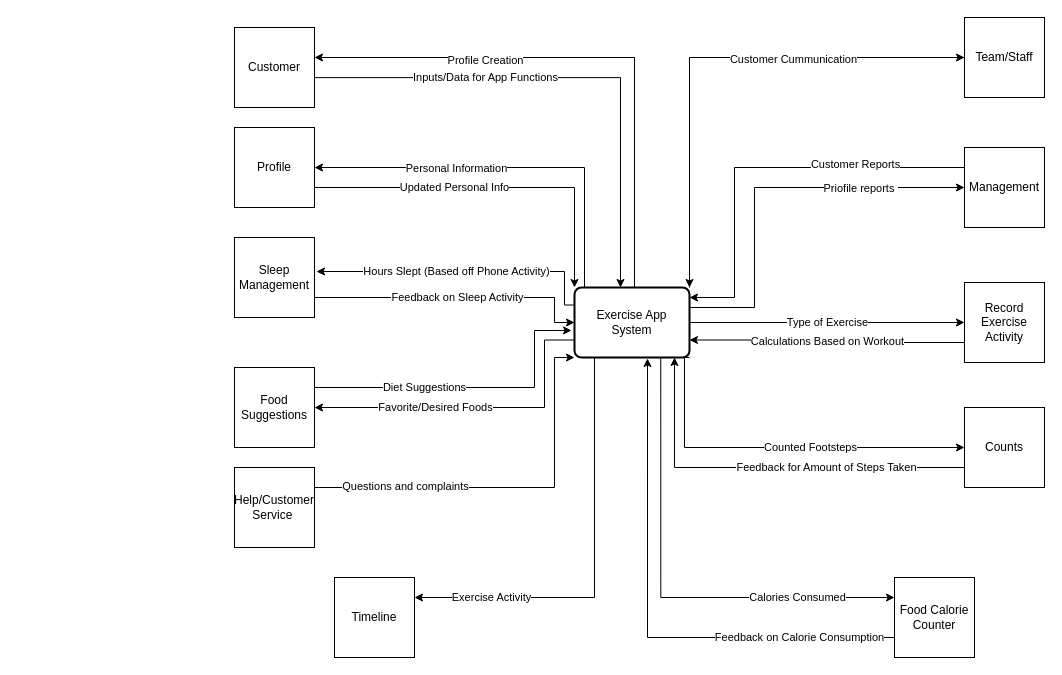
Before: System Diagram for Exercise app V2.drawio.xml in Esaied19/Team-Albatross, a draw.io diagram. Source tidied: cells renumbered, new cells numbered last; positions are measured from the earlier drawing's top-left corner, leaving out a move shared by most shapes. Both pictures are drawn from the tidied source at 100%, with x=0, y=0 at pixel (234, 17).
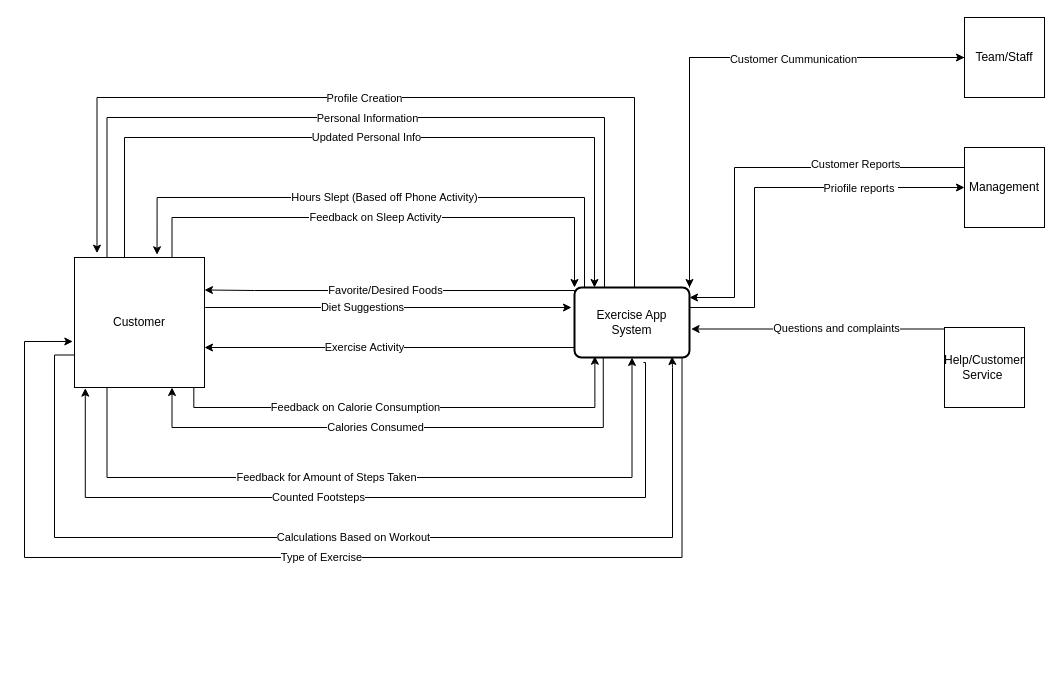
The same diagram, later.

The edit, as a diff of the source:
```diff
@@
-    <mxCell id="2" style="edgeStyle=orthogonalEdgeStyle;rounded=0;jettySize=auto;html=1;" parent="1" edge="1" source="15">
+    <mxCell id="2" style="edgeStyle=orthogonalEdgeStyle;rounded=0;jettySize=auto;html=1;strokeColor=default;labelBackgroundColor=default;fontColor=default;entryX=0.173;entryY=-0.033;entryDx=0;entryDy=0;entryPerimeter=0;" parent="1" edge="1" source="15" target="28">
       <mxGeometry relative="1" as="geometry">
-        <mxPoint x="80" y="40" as="targetPoint" />
         <Array as="points">
-          <mxPoint x="400" y="40" />
-          <mxPoint x="80" y="40" />
+          <mxPoint x="400" y="80" />
+          <mxPoint x="-137" y="80" />
         </Array>
       </mxGeometry>
     </mxCell>
-    <mxCell id="3" value="&lt;div&gt;Profile Creation&lt;/div&gt;" style="edgeLabel;html=1;align=center;verticalAlign=middle;" parent="2" vertex="1">
+    <mxCell id="3" value="&lt;div&gt;Profile Creation&lt;/div&gt;" style="edgeLabel;html=1;align=center;verticalAlign=middle;labelBackgroundColor=default;fontColor=default;" parent="2" vertex="1">
       <mxGeometry x="-0.45" y="-1" relative="1" as="geometry">
-        <mxPoint x="-151" y="-77" as="offset" />
+        <mxPoint x="-218" y="1" as="offset" />
       </mxGeometry>
     </mxCell>
-    <mxCell id="4" style="edgeStyle=orthogonalEdgeStyle;rounded=0;jettySize=auto;html=1;exitX=0;exitY=0.25;exitDx=0;exitDy=0;entryX=1;entryY=0.5;entryDx=0;entryDy=0;" parent="1" edge="1" source="15" target="20">
-      <mxGeometry relative="1" as="geometry">
-        <Array as="points">
-          <mxPoint x="350" y="288" />
-          <mxPoint x="350" y="150" />
-        </Array>
-      </mxGeometry>
-    </mxCell>
-    <mxCell id="5" value="Personal Information" style="edgeLabel;html=1;align=center;verticalAlign=middle;" parent="4" vertex="1">
-      <mxGeometry x="-0.1" y="1" relative="1" as="geometry">
-        <mxPoint x="-88" y="-1" as="offset" />
-      </mxGeometry>
-    </mxCell>
@@
-    <mxCell id="7" value="Counted Footsteps" style="edgeStyle=orthogonalEdgeStyle;rounded=0;jettySize=auto;html=1;exitX=1;exitY=1;exitDx=0;exitDy=0;entryX=0;entryY=0.5;entryDx=0;entryDy=0;" parent="1" edge="1" source="15" target="25">
-      <mxGeometry x="0.18" relative="1" as="geometry">
+    <mxCell id="7" value="Counted Footsteps" style="edgeStyle=orthogonalEdgeStyle;rounded=0;jettySize=auto;html=1;exitX=0.6;exitY=1.071;exitDx=0;exitDy=0;exitPerimeter=0;strokeColor=default;labelBackgroundColor=default;fontColor=default;entryX=0.083;entryY=1.005;entryDx=0;entryDy=0;entryPerimeter=0;" parent="1" edge="1" source="15" target="28">
+      <mxGeometry x="0.15" relative="1" as="geometry">
         <Array as="points">
-          <mxPoint x="450" y="340" />
-          <mxPoint x="450" y="430" />
+          <mxPoint x="411" y="345" />
+          <mxPoint x="411" y="480" />
+          <mxPoint x="-149" y="480" />
         </Array>
       </mxGeometry>
     </mxCell>
@@
-    <mxCell id="10" value="Hours Slept (Based off Phone Activity)" style="edgeStyle=orthogonalEdgeStyle;rounded=0;jettySize=auto;html=1;exitX=0;exitY=0.25;exitDx=0;exitDy=0;entryX=1.025;entryY=0.425;entryDx=0;entryDy=0;entryPerimeter=0;" parent="1" edge="1" source="15" target="38">
-      <mxGeometry x="0.05" relative="1" as="geometry">
+    <mxCell id="10" value="Hours Slept (Based off Phone Activity)" style="edgeStyle=orthogonalEdgeStyle;rounded=0;jettySize=auto;html=1;entryX=0.635;entryY=-0.021;entryDx=0;entryDy=0;strokeColor=default;labelBackgroundColor=default;fontColor=default;entryPerimeter=0;" parent="1" edge="1" source="15" target="28">
+      <mxGeometry x="0.01" relative="1" as="geometry">
         <Array as="points">
-          <mxPoint x="330" y="288" />
-          <mxPoint x="330" y="254" />
+          <mxPoint x="350" y="180" />
+          <mxPoint x="-77" y="180" />
+          <mxPoint x="-77" y="237" />
         </Array>
-        <mxPoint x="1" as="offset" />
       </mxGeometry>
     </mxCell>
-    <mxCell id="11" value="Favorite/Desired Foods" style="edgeStyle=orthogonalEdgeStyle;rounded=0;jettySize=auto;html=1;exitX=0;exitY=0.75;exitDx=0;exitDy=0;entryX=1;entryY=0.5;entryDx=0;entryDy=0;" parent="1" edge="1" source="15" target="34">
-      <mxGeometry x="0.27" relative="1" as="geometry">
+    <mxCell id="11" value="Favorite/Desired Foods" style="edgeStyle=orthogonalEdgeStyle;rounded=0;jettySize=auto;html=1;exitX=0;exitY=0.75;exitDx=0;exitDy=0;entryX=1;entryY=0.25;entryDx=0;entryDy=0;strokeColor=default;labelBackgroundColor=default;fontColor=default;" parent="1" edge="1" source="15" target="28">
+      <mxGeometry x="0.14" y="-1" relative="1" as="geometry">
         <Array as="points">
-          <mxPoint x="310" y="323" />
-          <mxPoint x="310" y="390" />
+          <mxPoint x="340" y="273" />
+          <mxPoint x="20" y="273" />
         </Array>
-        <mxPoint x="1" as="offset" />
+        <mxPoint y="1" as="offset" />
       </mxGeometry>
     </mxCell>
-    <mxCell id="12" value="Type of Exercise" style="edgeStyle=orthogonalEdgeStyle;rounded=0;jettySize=auto;html=1;exitX=1;exitY=0.5;exitDx=0;exitDy=0;entryX=0;entryY=0.5;entryDx=0;entryDy=0;" parent="1" edge="1" source="15" target="40">
-      <mxGeometry relative="1" as="geometry" />
+    <mxCell id="12" value="Type of Exercise" style="edgeStyle=orthogonalEdgeStyle;rounded=0;jettySize=auto;html=1;exitX=0.935;exitY=0.998;exitDx=0;exitDy=0;entryX=-0.013;entryY=0.646;entryDx=0;entryDy=0;entryPerimeter=0;strokeColor=default;labelBackgroundColor=default;fontColor=default;exitPerimeter=0;" parent="1" edge="1" source="15" target="28">
+      <mxGeometry relative="1" as="geometry">
+        <Array as="points">
+          <mxPoint x="448" y="540" />
+          <mxPoint x="-210" y="540" />
+          <mxPoint x="-210" y="324" />
+        </Array>
+      </mxGeometry>
     </mxCell>
-    <mxCell id="13" value="Exercise Activity" style="edgeStyle=orthogonalEdgeStyle;rounded=0;jettySize=auto;html=1;entryX=1;entryY=0.25;entryDx=0;entryDy=0;" parent="1" edge="1" target="32">
-      <mxGeometry x="0.64" relative="1" as="geometry">
+    <mxCell id="13" value="Exercise Activity" style="edgeStyle=orthogonalEdgeStyle;rounded=0;orthogonalLoop=1;jettySize=auto;html=1;strokeColor=default;labelBackgroundColor=default;fontColor=default;" parent="1" edge="1">
+      <mxGeometry x="0.18" relative="1" as="geometry">
         <mxPoint x="360" y="330" as="sourcePoint" />
+        <mxPoint x="-30" y="330" as="targetPoint" />
         <Array as="points">
-          <mxPoint x="360" y="340" />
-          <mxPoint x="360" y="580" />
+          <mxPoint x="-30" y="330" />
         </Array>
       </mxGeometry>
     </mxCell>
-    <mxCell id="14" value="Calories Consumed" style="edgeStyle=orthogonalEdgeStyle;rounded=0;jettySize=auto;html=1;exitX=0.75;exitY=1;exitDx=0;exitDy=0;entryX=0;entryY=0.25;entryDx=0;entryDy=0;" parent="1" edge="1" source="15" target="36">
-      <mxGeometry x="0.59" relative="1" as="geometry" />
+    <mxCell id="14" value="Calories Consumed" style="edgeStyle=orthogonalEdgeStyle;rounded=0;jettySize=auto;html=1;exitX=0.25;exitY=1;exitDx=0;exitDy=0;strokeColor=default;labelBackgroundColor=default;fontColor=default;entryX=0.75;entryY=1;entryDx=0;entryDy=0;" parent="1" edge="1" source="15" target="28">
+      <mxGeometry x="0.1" relative="1" as="geometry">
+        <Array as="points">
+          <mxPoint x="369" y="410" />
+          <mxPoint x="-62" y="410" />
+          <mxPoint x="-62" y="370" />
+        </Array>
+      </mxGeometry>
     </mxCell>
-    <mxCell id="15" value="Exercise App&lt;br&gt;System" style="rounded=1;whiteSpace=wrap;html=1;absoluteArcSize=1;arcSize=14;strokeWidth=2;" parent="1" vertex="1">
+    <mxCell id="15" value="Exercise App&lt;br&gt;System" style="rounded=1;whiteSpace=wrap;html=1;absoluteArcSize=1;arcSize=14;strokeWidth=2;fillColor=default;strokeColor=default;fontColor=default;" parent="1" vertex="1">
       <mxGeometry x="340" y="270" width="115" height="70" as="geometry" />
     </mxCell>
@@
-    <mxCell id="19" value="Updated Personal Info" style="edgeStyle=orthogonalEdgeStyle;rounded=0;jettySize=auto;html=1;exitX=1;exitY=0.75;exitDx=0;exitDy=0;entryX=0;entryY=0;entryDx=0;entryDy=0;" parent="1" edge="1" source="20" target="15">
-      <mxGeometry x="-0.22" relative="1" as="geometry">
+    <mxCell id="19" value="Updated Personal Info" style="edgeStyle=orthogonalEdgeStyle;rounded=0;jettySize=auto;html=1;exitX=0.25;exitY=0;exitDx=0;exitDy=0;strokeColor=default;labelBackgroundColor=default;fontColor=default;" parent="1" edge="1" source="28" target="15">
+      <mxGeometry relative="1" as="geometry">
         <Array as="points">
-          <mxPoint x="340" y="170" />
+          <mxPoint x="-110" y="240" />
+          <mxPoint x="-110" y="120" />
+          <mxPoint x="360" y="120" />
         </Array>
       </mxGeometry>
     </mxCell>
-    <mxCell id="20" value="Profile" style="whiteSpace=wrap;html=1;" parent="1" vertex="1">
-      <mxGeometry y="110" width="80" height="80" as="geometry" />
-    </mxCell>
-    <mxCell id="21" style="edgeStyle=orthogonalEdgeStyle;rounded=0;jettySize=auto;html=1;entryX=0;entryY=1;entryDx=0;entryDy=0;" parent="1" edge="1" source="23" target="15">
-      <mxGeometry relative="1" as="geometry">
-        <Array as="points">
-          <mxPoint x="320" y="470" />
-          <mxPoint x="320" y="340" />
-        </Array>
-      </mxGeometry>
-    </mxCell>
-    <mxCell id="22" value="Questions and complaints" style="edgeLabel;html=1;align=center;verticalAlign=middle;" parent="21" vertex="1">
-      <mxGeometry x="-0.54" y="2" relative="1" as="geometry" />
-    </mxCell>
-    <mxCell id="23" value="Help/Customer Service&amp;nbsp;" style="whiteSpace=wrap;html=1;" parent="1" vertex="1">
-      <mxGeometry y="450" width="80" height="80" as="geometry" />
-    </mxCell>
-    <mxCell id="24" value="Feedback for Amount of Steps Taken" style="edgeStyle=orthogonalEdgeStyle;rounded=0;jettySize=auto;html=1;exitX=0;exitY=0.75;exitDx=0;exitDy=0;" parent="1" edge="1" source="25">
-      <mxGeometry x="-0.31" relative="1" as="geometry">
-        <mxPoint x="440" y="340" as="targetPoint" />
+    <mxCell id="24" value="Feedback for Amount of Steps Taken" style="edgeStyle=orthogonalEdgeStyle;rounded=0;jettySize=auto;html=1;entryX=0.5;entryY=1;entryDx=0;entryDy=0;strokeColor=default;labelBackgroundColor=default;fontColor=default;exitX=0.25;exitY=1;exitDx=0;exitDy=0;" parent="1" edge="1" source="28" target="15">
+      <mxGeometry x="-0.16" relative="1" as="geometry">
         <Array as="points">
-          <mxPoint x="440" y="450" />
-          <mxPoint x="440" y="340" />
+          <mxPoint x="-127" y="460" />
+          <mxPoint x="398" y="460" />
         </Array>
       </mxGeometry>
     </mxCell>
-    <mxCell id="25" value="&lt;div&gt;Counts&lt;/div&gt;" style="whiteSpace=wrap;html=1;" parent="1" vertex="1">
-      <mxGeometry x="730" y="390" width="80" height="80" as="geometry" />
-    </mxCell>
-    <mxCell id="26" style="edgeStyle=orthogonalEdgeStyle;rounded=0;orthogonalLoop=1;jettySize=auto;html=1;entryX=0.4;entryY=0;entryDx=0;entryDy=0;entryPerimeter=0;" parent="1" edge="1">
-      <mxGeometry relative="1" as="geometry">
-        <mxPoint x="80" y="60.1" as="sourcePoint" />
-        <mxPoint x="386" y="270" as="targetPoint" />
-        <Array as="points">
-          <mxPoint x="386" y="60" />
-        </Array>
-      </mxGeometry>
-    </mxCell>
-    <mxCell id="27" value="&lt;div&gt;Inputs/Data for App Functions&lt;/div&gt;" style="edgeLabel;html=1;align=center;verticalAlign=middle;" parent="26" vertex="1">
-      <mxGeometry x="-0.34" y="1" relative="1" as="geometry" />
-    </mxCell>
-    <mxCell id="28" value="Customer" style="whiteSpace=wrap;html=1;" parent="1" vertex="1">
-      <mxGeometry y="10" width="80" height="80" as="geometry" />
-    </mxCell>
@@
-    <mxCell id="32" value="&lt;div&gt;Timeline&lt;/div&gt;" style="whiteSpace=wrap;html=1;" parent="1" vertex="1">
-      <mxGeometry x="100" y="560" width="80" height="80" as="geometry" />
-    </mxCell>
-    <mxCell id="33" value="Diet Suggestions" style="edgeStyle=orthogonalEdgeStyle;rounded=0;jettySize=auto;html=1;exitX=1;exitY=0.25;exitDx=0;exitDy=0;entryX=-0.026;entryY=0.614;entryDx=0;entryDy=0;entryPerimeter=0;" parent="1" edge="1" source="34" target="15">
-      <mxGeometry x="-0.3" relative="1" as="geometry">
+    <mxCell id="33" value="Diet Suggestions" style="edgeStyle=orthogonalEdgeStyle;rounded=0;jettySize=auto;html=1;strokeColor=default;labelBackgroundColor=default;fontColor=default;exitX=1.006;exitY=0.383;exitDx=0;exitDy=0;exitPerimeter=0;" parent="1" edge="1" source="28">
+      <mxGeometry x="-0.14" relative="1" as="geometry">
+        <mxPoint x="337" y="290" as="targetPoint" />
         <Array as="points">
-          <mxPoint x="300" y="370" />
-          <mxPoint x="300" y="313" />
+          <mxPoint x="337" y="290" />
         </Array>
       </mxGeometry>
     </mxCell>
-    <mxCell id="34" value="Food Suggestions" style="whiteSpace=wrap;html=1;" parent="1" vertex="1">
-      <mxGeometry y="350" width="80" height="80" as="geometry" />
-    </mxCell>
-    <mxCell id="35" value="Feedback on Calorie Consumption" style="edgeStyle=orthogonalEdgeStyle;rounded=0;jettySize=auto;html=1;exitX=0;exitY=0.75;exitDx=0;exitDy=0;entryX=0.635;entryY=1.014;entryDx=0;entryDy=0;entryPerimeter=0;" parent="1" edge="1" source="36" target="15">
-      <mxGeometry x="-0.64" relative="1" as="geometry" />
+    <mxCell id="35" value="Feedback on Calorie Consumption" style="edgeStyle=orthogonalEdgeStyle;rounded=0;jettySize=auto;html=1;entryX=0.177;entryY=0.982;entryDx=0;entryDy=0;entryPerimeter=0;strokeColor=default;labelBackgroundColor=default;fontColor=default;exitX=0.918;exitY=1.004;exitDx=0;exitDy=0;exitPerimeter=0;" parent="1" edge="1" source="28" target="15">
+      <mxGeometry x="-0.23" relative="1" as="geometry">
+        <Array as="points">
+          <mxPoint x="-41" y="390" />
+          <mxPoint x="360" y="390" />
+        </Array>
+        <mxPoint x="-1" as="offset" />
+      </mxGeometry>
     </mxCell>
-    <mxCell id="36" value="&lt;div&gt;Food Calorie&lt;/div&gt;&lt;div&gt;Counter&lt;br&gt;&lt;/div&gt;" style="whiteSpace=wrap;html=1;" parent="1" vertex="1">
-      <mxGeometry x="660" y="560" width="80" height="80" as="geometry" />
-    </mxCell>
-    <mxCell id="37" value="Feedback on Sleep Activity" style="edgeStyle=orthogonalEdgeStyle;rounded=0;jettySize=auto;html=1;exitX=1;exitY=0.75;exitDx=0;exitDy=0;entryX=0;entryY=0.5;entryDx=0;entryDy=0;" parent="1" edge="1" source="38" target="15">
-      <mxGeometry relative="1" as="geometry">
+    <mxCell id="37" value="Feedback on Sleep Activity" style="edgeStyle=orthogonalEdgeStyle;rounded=0;jettySize=auto;html=1;exitX=0.75;exitY=0;exitDx=0;exitDy=0;entryX=0;entryY=0;entryDx=0;entryDy=0;strokeColor=default;labelBackgroundColor=default;fontColor=default;" parent="1" edge="1" source="28" target="15">
+      <mxGeometry x="-0.05" relative="1" as="geometry">
         <Array as="points">
-          <mxPoint x="320" y="280" />
-          <mxPoint x="320" y="305" />
+          <mxPoint x="-62" y="200" />
+          <mxPoint x="340" y="200" />
         </Array>
       </mxGeometry>
     </mxCell>
-    <mxCell id="38" value="Sleep Management" style="whiteSpace=wrap;html=1;" parent="1" vertex="1">
-      <mxGeometry y="220" width="80" height="80" as="geometry" />
-    </mxCell>
-    <mxCell id="39" value="Calculations Based on Workout" style="edgeStyle=orthogonalEdgeStyle;rounded=0;jettySize=auto;html=1;exitX=0;exitY=0.75;exitDx=0;exitDy=0;entryX=1;entryY=0.75;entryDx=0;entryDy=0;" parent="1" edge="1" source="40" target="15">
-      <mxGeometry relative="1" as="geometry" />
+    <mxCell id="39" value="Calculations Based on Workout" style="edgeStyle=orthogonalEdgeStyle;rounded=0;jettySize=auto;html=1;exitX=0;exitY=0.75;exitDx=0;exitDy=0;entryX=0.848;entryY=0.986;entryDx=0;entryDy=0;strokeColor=default;labelBackgroundColor=default;fontColor=default;entryPerimeter=0;" parent="1" edge="1" source="28" target="15">
+      <mxGeometry relative="1" as="geometry">
+        <Array as="points">
+          <mxPoint x="-180" y="338" />
+          <mxPoint x="-180" y="520" />
+          <mxPoint x="438" y="520" />
+          <mxPoint x="438" y="350" />
+        </Array>
+      </mxGeometry>
     </mxCell>
-    <mxCell id="40" value="Record Exercise Activity" style="whiteSpace=wrap;html=1;" parent="1" vertex="1">
-      <mxGeometry x="730" y="265" width="80" height="80" as="geometry" />
-    </mxCell>
+    <mxCell id="41" style="edgeStyle=orthogonalEdgeStyle;rounded=0;jettySize=auto;html=1;exitX=0.25;exitY=0;exitDx=0;exitDy=0;strokeColor=default;labelBackgroundColor=default;fontColor=default;endArrow=none;entryX=0.25;entryY=0;entryDx=0;entryDy=0;" parent="1" edge="1" source="15" target="28">
+      <mxGeometry relative="1" as="geometry">
+        <Array as="points">
+          <mxPoint x="370" y="270" />
+          <mxPoint x="370" y="100" />
+          <mxPoint x="-127" y="100" />
+        </Array>
+      </mxGeometry>
+    </mxCell>
+    <mxCell id="5" value="Personal Information" style="edgeLabel;html=1;align=center;verticalAlign=middle;labelBackgroundColor=default;fontColor=default;" parent="41" vertex="1">
+      <mxGeometry x="-0.1" y="1" relative="1" as="geometry">
+        <mxPoint x="-45" y="-1" as="offset" />
+      </mxGeometry>
+    </mxCell>
+    <mxCell id="23" value="Help/Customer Service&amp;nbsp;" style="whiteSpace=wrap;html=1;fillColor=default;strokeColor=default;fontColor=default;" parent="1" vertex="1">
+      <mxGeometry x="710" y="310" width="80" height="80" as="geometry" />
+    </mxCell>
+    <mxCell id="21" style="edgeStyle=orthogonalEdgeStyle;rounded=0;jettySize=auto;html=1;strokeColor=default;labelBackgroundColor=default;fontColor=default;entryX=1.014;entryY=0.593;entryDx=0;entryDy=0;entryPerimeter=0;" parent="1" edge="1" source="23" target="15">
+      <mxGeometry relative="1" as="geometry">
+        <Array as="points">
+          <mxPoint x="590" y="312" />
+        </Array>
+      </mxGeometry>
+    </mxCell>
+    <mxCell id="22" value="Questions and complaints" style="edgeLabel;html=1;align=center;verticalAlign=middle;labelBackgroundColor=default;fontColor=default;" parent="21" vertex="1">
+      <mxGeometry x="-0.54" y="2" relative="1" as="geometry">
+        <mxPoint x="-51" y="-3" as="offset" />
+      </mxGeometry>
+    </mxCell>
+    <mxCell id="28" value="Customer" style="whiteSpace=wrap;html=1;fillColor=default;strokeColor=default;fontColor=default;" parent="1" vertex="1">
+      <mxGeometry x="-160" y="240" width="130" height="130" as="geometry" />
+    </mxCell>
```
